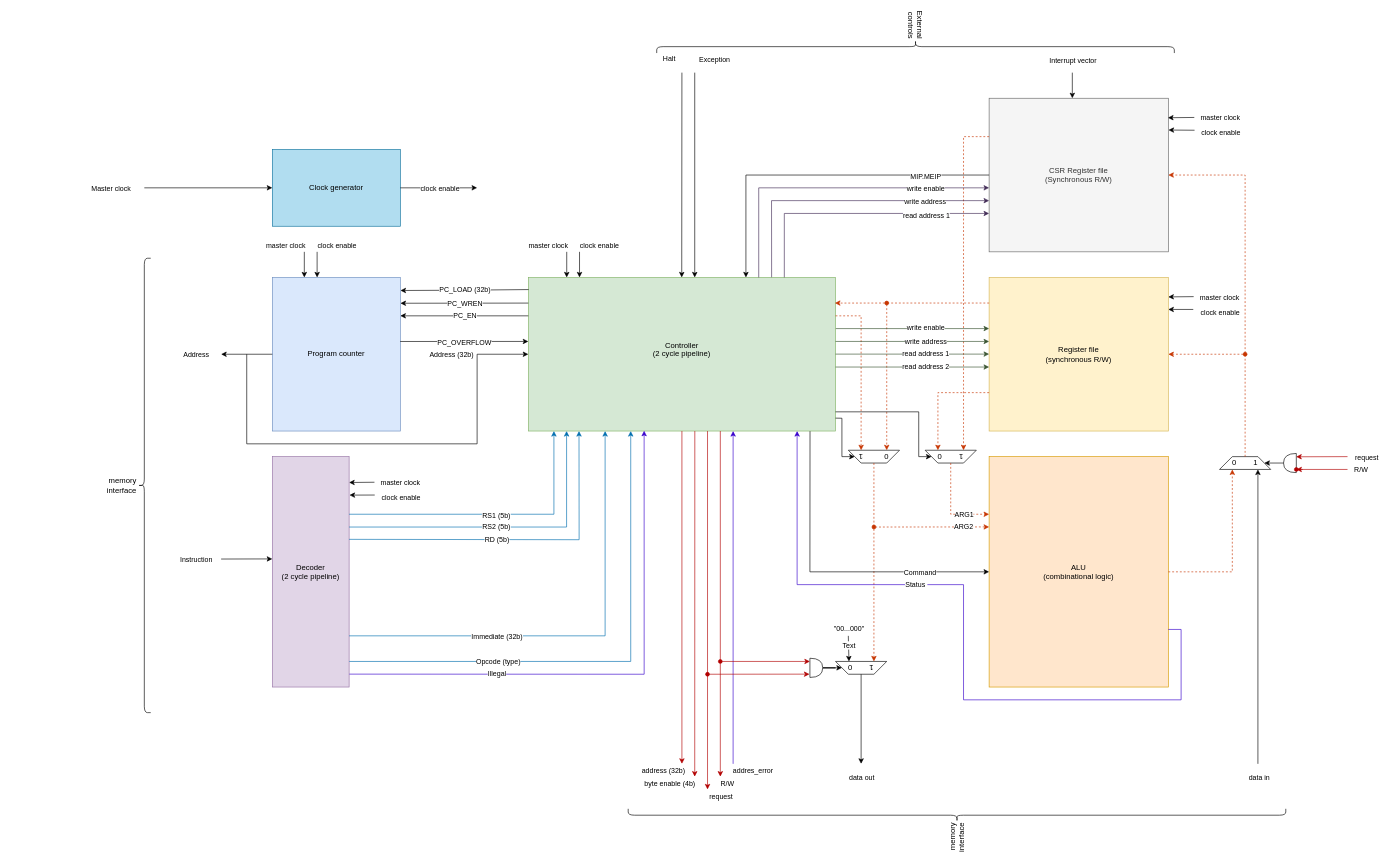
Earlier version of the draw.io diagram core.drawio (lheywang/RV32). Source tidied: cells renumbered, new cells numbered last; positions are measured from the earlier drawing's top-left corner, leaving out a move shared by most shapes. Both pictures are drawn from the tidied source at 64%, with x=0, y=0 at pixel (138, -212).
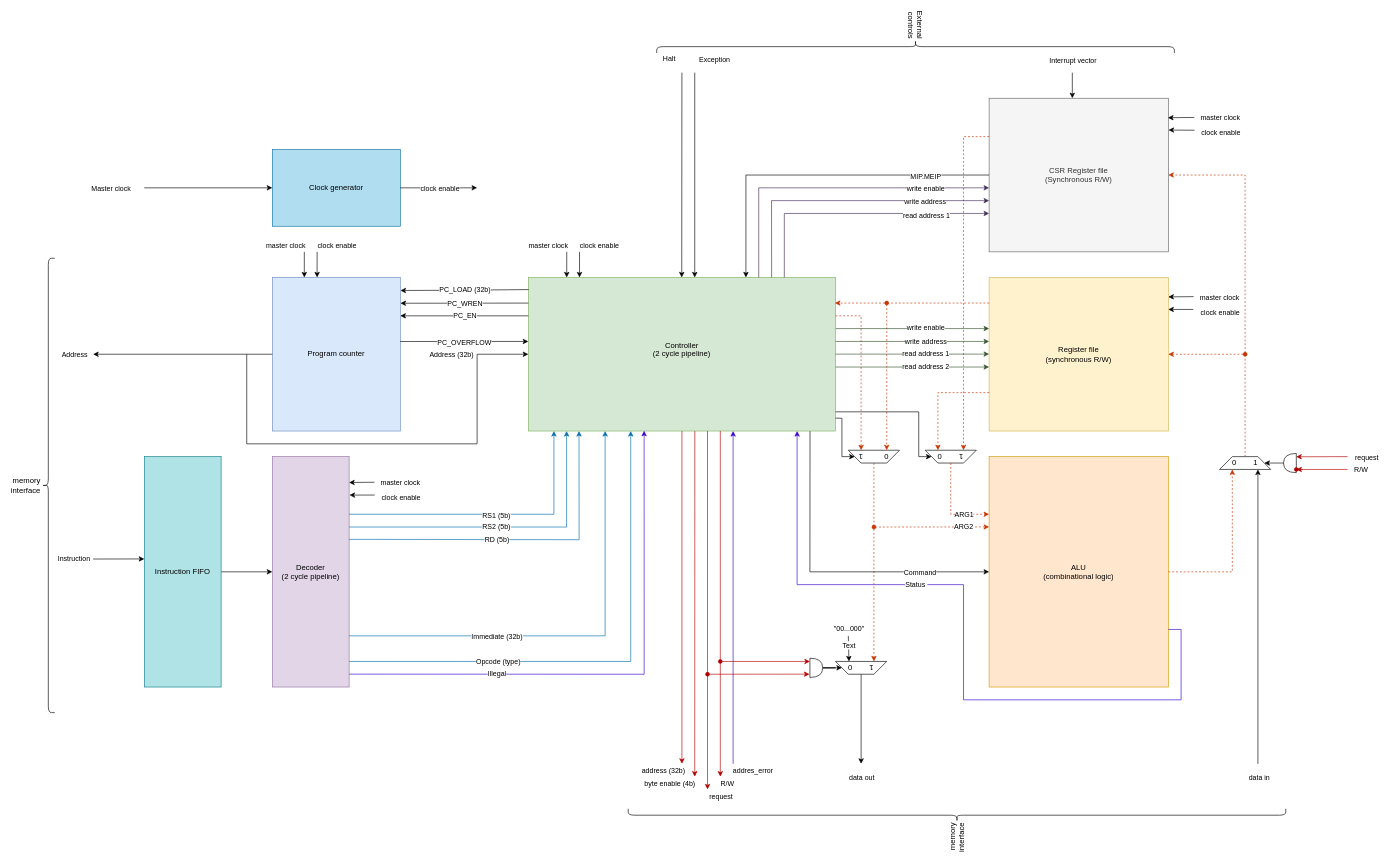
The same page after the edit.

Commit message:
Added the FIFO to the schematic

Unchanged cells that the change refers to:
```xml
<mxCell id="3" value="Decoder&lt;div&gt;(2 cycle pipeline)&lt;/div&gt;" style="rounded=0;whiteSpace=wrap;html=1;fillColor=#e1d5e7;strokeColor=#9673a6;" parent="1" vertex="1">
  <mxGeometry x="210" y="1045" width="120" height="360" as="geometry" />
</mxCell>
<mxCell id="7" value="Program counter" style="rounded=0;whiteSpace=wrap;html=1;fillColor=#dae8fc;strokeColor=#6c8ebf;" parent="1" vertex="1">
  <mxGeometry x="210" y="765" width="200" height="240" as="geometry" />
</mxCell>
```

Diff of the diagram source:
```diff
@@
     <mxCell id="8" style="endArrow=classic;html=1;rounded=0;entryX=0.017;entryY=0.444;entryDx=0;entryDy=0;entryPerimeter=0;" parent="1" edge="1">
       <mxGeometry relative="1" as="geometry">
-        <mxPoint x="130" y="1205" as="sourcePoint" />
-        <mxPoint x="210" y="1204.8" as="targetPoint" />
+        <mxPoint x="-70" y="1205" as="sourcePoint" />
+        <mxPoint x="10" y="1204.8" as="targetPoint" />
       </mxGeometry>
     </mxCell>
     <mxCell id="9" value="Instruction" style="edgeLabel;html=1;align=center;verticalAlign=middle;" parent="8" vertex="1">
       <mxGeometry x="-0.74" y="-1" relative="1" as="geometry">
-        <mxPoint x="-50" as="offset" />
+        <mxPoint x="-41" y="-1" as="offset" />
       </mxGeometry>
     </mxCell>
     <mxCell id="10" style="endArrow=classic;html=1;rounded=0;exitX=0;exitY=0.5;exitDx=0;exitDy=0;labelPosition=left;verticalLabelPosition=middle;align=left;verticalAlign=middle;" parent="1" edge="1" source="7">
       <mxGeometry relative="1" as="geometry">
-        <mxPoint x="130" y="885" as="targetPoint" />
+        <mxPoint x="-70" y="885" as="targetPoint" />
       </mxGeometry>
     </mxCell>
     <mxCell id="11" value="Address" style="edgeLabel;html=1;align=center;verticalAlign=middle;" parent="10" vertex="1">
       <mxGeometry x="0.36" y="-1" relative="1" as="geometry">
-        <mxPoint x="-66" y="1" as="offset" />
+        <mxPoint x="-120" y="1" as="offset" />
       </mxGeometry>
     </mxCell>
@@
     <mxCell id="99" value="memory interface" style="shape=curlyBracket;whiteSpace=wrap;html=1;rounded=1;labelPosition=left;verticalLabelPosition=middle;align=right;verticalAlign=middle;rotation=0;horizontal=1;direction=east;" parent="1" vertex="1">
-      <mxGeometry y="735" width="20" height="710" as="geometry" />
+      <mxGeometry x="-150" y="735" width="20" height="710" as="geometry" />
     </mxCell>
@@
+    <mxCell id="135" style="edgeStyle=none;html=1;entryX=0;entryY=0.5;entryDx=0;entryDy=0;" parent="1" edge="1" source="136" target="3">
+      <mxGeometry relative="1" as="geometry" />
+    </mxCell>
+    <mxCell id="136" value="Instruction FIFO" style="rounded=0;whiteSpace=wrap;html=1;fillColor=#b0e3e6;strokeColor=#0e8088;" parent="1" vertex="1">
+      <mxGeometry x="10" y="1045" width="120" height="360" as="geometry" />
+    </mxCell>
```
